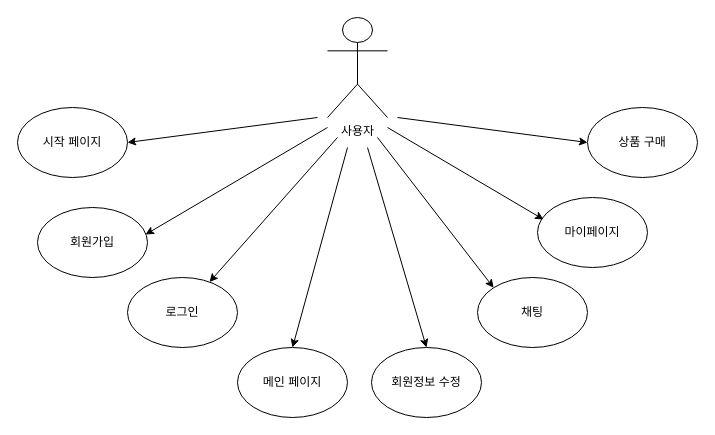
Before: 선물팔레트_유스케이스.drawio in Kimz00/ai8erd, a draw.io diagram. Source tidied: cells renumbered, new cells numbered last; positions are measured from the earlier drawing's top-left corner, leaving out a move shared by most shapes. Both pictures are drawn from the tidied source at 100%, with x=0, y=0 at pixel (17, 17).
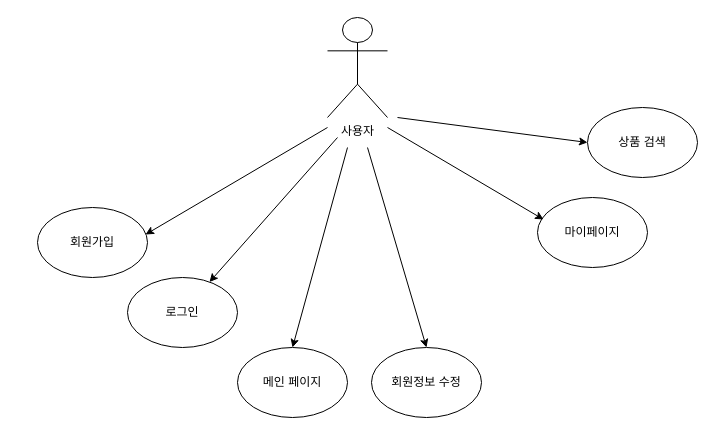
The same diagram, later.

Commit message:
선물팔레트_유스케이스.drawio 업데이트

Diff of the diagram source:
```diff
@@
-    <mxCell id="3" value="시작 페이지" style="ellipse;whiteSpace=wrap;html=1;" parent="1" vertex="1">
-      <mxGeometry y="90" width="110" height="70" as="geometry" />
-    </mxCell>
@@
-    <mxCell id="7" value="채팅" style="ellipse;whiteSpace=wrap;html=1;" parent="1" vertex="1">
-      <mxGeometry x="460" y="260" width="110" height="70" as="geometry" />
-    </mxCell>
@@
-    <mxCell id="10" value="상품 구매" style="ellipse;whiteSpace=wrap;html=1;" parent="1" vertex="1">
+    <mxCell id="10" value="상품 검색" style="ellipse;whiteSpace=wrap;html=1;" parent="1" vertex="1">
       <mxGeometry x="570" y="90" width="110" height="70" as="geometry" />
     </mxCell>
-    <mxCell id="11" style="endArrow=classic;html=1;rounded=0;entryX=1;entryY=0.5;entryDx=0;entryDy=0;" parent="1" edge="1" target="3">
-      <mxGeometry relative="1" as="geometry">
-        <mxPoint x="300" y="100" as="sourcePoint" />
-      </mxGeometry>
-    </mxCell>
@@
-    <mxCell id="16" style="endArrow=classic;html=1;rounded=0;entryX=0;entryY=0;entryDx=0;entryDy=0;" parent="1" edge="1" target="7">
-      <mxGeometry relative="1" as="geometry">
-        <mxPoint x="360" y="120" as="sourcePoint" />
-      </mxGeometry>
-    </mxCell>
```
